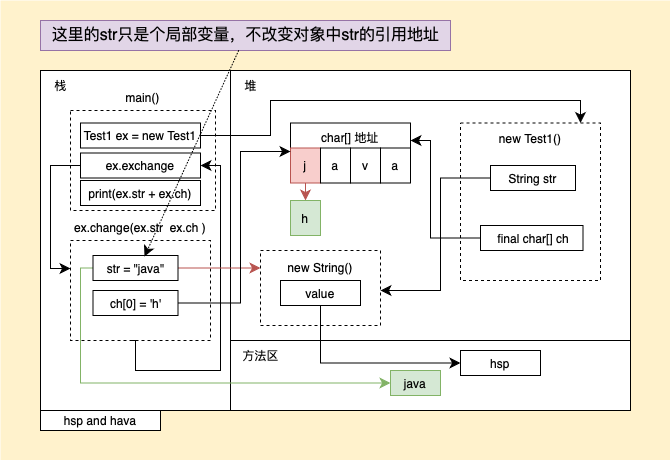
Before: drawio/StringExercise09.png, a diagram exported from draw.io (Stolorzs/Picgo). Source tidied: cells renumbered, new cells last; positions are measured from the earlier drawing's top-left corner, leaving out a move shared by most shapes. The source it was exported from:
```xml
<mxGraphModel>
  <root>
    <mxCell id="0" />
    <mxCell id="1" parent="0" />
    <mxCell id="2" style="rounded=0;whiteSpace=wrap;html=1;fillColor=#FFF2CC;strokeColor=none;" parent="1" vertex="1">
      <mxGeometry width="670" height="460" as="geometry" />
    </mxCell>
    <mxCell id="3" style="rounded=0;whiteSpace=wrap;html=1;labelBackgroundColor=none;" parent="1" vertex="1">
      <mxGeometry x="230" y="340" width="400" height="70" as="geometry" />
    </mxCell>
    <mxCell id="4" style="rounded=0;whiteSpace=wrap;html=1;labelBackgroundColor=none;" parent="1" vertex="1">
      <mxGeometry x="230" y="70" width="400" height="270" as="geometry" />
    </mxCell>
    <mxCell id="5" style="rounded=0;whiteSpace=wrap;html=1;labelBackgroundColor=none;" parent="1" vertex="1">
      <mxGeometry x="40" y="70" width="190" height="340" as="geometry" />
    </mxCell>
    <mxCell id="6" value="栈" style="text;html=1;align=center;verticalAlign=middle;strokeColor=none;fillColor=none;labelBackgroundColor=none;" parent="1" vertex="1">
      <mxGeometry x="40" y="70" width="40" height="30" as="geometry" />
    </mxCell>
    <mxCell id="7" value="堆" style="text;html=1;align=center;verticalAlign=middle;strokeColor=none;fillColor=none;labelBackgroundColor=none;" parent="1" vertex="1">
      <mxGeometry x="230" y="70" width="40" height="30" as="geometry" />
    </mxCell>
    <mxCell id="8" value="方法区" style="text;html=1;align=center;verticalAlign=middle;strokeColor=none;fillColor=none;labelBackgroundColor=none;" parent="1" vertex="1">
      <mxGeometry x="230" y="340" width="60" height="30" as="geometry" />
    </mxCell>
    <mxCell id="9" value="new String()&lt;div&gt;&lt;br&gt;&lt;/div&gt;&lt;div&gt;&lt;br&gt;&lt;/div&gt;&lt;div&gt;&lt;br&gt;&lt;/div&gt;" style="rounded=0;whiteSpace=wrap;html=1;dashed=1;" parent="1" vertex="1">
      <mxGeometry x="260" y="250" width="120" height="75" as="geometry" />
    </mxCell>
    <mxCell id="10" value="hsp" style="rounded=0;whiteSpace=wrap;html=1;" parent="1" vertex="1">
      <mxGeometry x="460" y="350" width="80" height="25" as="geometry" />
    </mxCell>
    <mxCell id="11" style="edgeStyle=orthogonalEdgeStyle;rounded=0;jettySize=auto;html=1;fontSize=12;startSize=8;endSize=8;" parent="1" edge="1" source="12" target="10">
      <mxGeometry relative="1" as="geometry">
        <Array as="points">
          <mxPoint x="320" y="360" />
          <mxPoint x="320" y="360" />
        </Array>
      </mxGeometry>
    </mxCell>
    <mxCell id="12" value="value" style="rounded=0;whiteSpace=wrap;html=1;" parent="1" vertex="1">
      <mxGeometry x="280" y="280" width="80" height="25" as="geometry" />
    </mxCell>
    <mxCell id="13" value="&lt;div&gt;&lt;br&gt;&lt;/div&gt;char[] 地址&lt;div&gt;&lt;br&gt;&lt;/div&gt;&lt;div&gt;&lt;br&gt;&lt;/div&gt;&lt;div&gt;&lt;br&gt;&lt;/div&gt;" style="rounded=0;whiteSpace=wrap;html=1;" parent="1" vertex="1">
      <mxGeometry x="290" y="122.5" width="120" height="57.5" as="geometry" />
    </mxCell>
    <mxCell id="14" value="new Test1()&lt;div&gt;&lt;div&gt;&lt;br&gt;&lt;/div&gt;&lt;div&gt;&lt;br&gt;&lt;/div&gt;&lt;div&gt;&lt;br&gt;&lt;/div&gt;&lt;/div&gt;&lt;div&gt;&lt;br&gt;&lt;/div&gt;&lt;div&gt;&lt;br&gt;&lt;/div&gt;&lt;div&gt;&lt;br&gt;&lt;/div&gt;&lt;div&gt;&lt;br&gt;&lt;/div&gt;&lt;div&gt;&lt;br&gt;&lt;/div&gt;&lt;div&gt;&lt;br&gt;&lt;/div&gt;" style="rounded=0;whiteSpace=wrap;html=1;dashed=1;" parent="1" vertex="1">
      <mxGeometry x="460" y="122.5" width="140" height="157.5" as="geometry" />
    </mxCell>
    <mxCell id="15" value="String str" style="rounded=0;whiteSpace=wrap;html=1;" parent="1" vertex="1">
      <mxGeometry x="490" y="165" width="85" height="25" as="geometry" />
    </mxCell>
    <mxCell id="16" style="edgeStyle=orthogonalEdgeStyle;rounded=0;jettySize=auto;html=1;fontSize=12;startSize=8;endSize=8;" parent="1" edge="1" source="15" target="9">
      <mxGeometry relative="1" as="geometry">
        <Array as="points">
          <mxPoint x="440" y="178" />
          <mxPoint x="440" y="290" />
        </Array>
      </mxGeometry>
    </mxCell>
    <mxCell id="17" value="&amp;nbsp;final char[] ch" style="rounded=0;whiteSpace=wrap;html=1;" parent="1" vertex="1">
      <mxGeometry x="480" y="225" width="102.5" height="25" as="geometry" />
    </mxCell>
    <mxCell id="18" style="edgeStyle=orthogonalEdgeStyle;rounded=0;jettySize=auto;html=1;fontSize=12;startSize=8;endSize=8;" parent="1" edge="1" source="17" target="13">
      <mxGeometry relative="1" as="geometry">
        <Array as="points">
          <mxPoint x="430" y="238" />
          <mxPoint x="430" y="140" />
        </Array>
      </mxGeometry>
    </mxCell>
    <mxCell id="19" value="java" style="rounded=0;whiteSpace=wrap;html=1;fillColor=#d5e8d4;strokeColor=#82b366;" parent="1" vertex="1">
      <mxGeometry x="390" y="370" width="50" height="25" as="geometry" />
    </mxCell>
    <mxCell id="20" value="hsp and hava" style="rounded=0;whiteSpace=wrap;html=1;" parent="1" vertex="1">
      <mxGeometry x="40" y="410" width="120" height="20" as="geometry" />
    </mxCell>
    <mxCell id="21" style="edgeStyle=none;curved=1;rounded=0;jettySize=auto;html=1;fontSize=12;startSize=8;endSize=8;fillColor=#f8cecc;strokeColor=#b85450;" parent="1" edge="1" source="22" target="36">
      <mxGeometry relative="1" as="geometry" />
    </mxCell>
    <mxCell id="22" value="j" style="rounded=0;whiteSpace=wrap;html=1;fillColor=#f8cecc;strokeColor=#b85450;" parent="1" vertex="1">
      <mxGeometry x="290" y="147.5" width="30" height="35" as="geometry" />
    </mxCell>
    <mxCell id="23" value="a" style="rounded=0;whiteSpace=wrap;html=1;" parent="1" vertex="1">
      <mxGeometry x="320" y="147.5" width="30" height="35" as="geometry" />
    </mxCell>
    <mxCell id="24" value="v" style="rounded=0;whiteSpace=wrap;html=1;" parent="1" vertex="1">
      <mxGeometry x="350" y="147.5" width="30" height="35" as="geometry" />
    </mxCell>
    <mxCell id="25" value="a" style="rounded=0;whiteSpace=wrap;html=1;" parent="1" vertex="1">
      <mxGeometry x="380" y="147.5" width="30" height="35" as="geometry" />
    </mxCell>
    <mxCell id="26" value="main()&lt;div&gt;&lt;br&gt;&lt;/div&gt;&lt;div&gt;&lt;br&gt;&lt;/div&gt;&lt;div&gt;&lt;br&gt;&lt;/div&gt;&lt;div&gt;&lt;br&gt;&lt;/div&gt;&lt;div&gt;&lt;br&gt;&lt;/div&gt;&lt;div&gt;&lt;br&gt;&lt;/div&gt;&lt;div&gt;&lt;br&gt;&lt;/div&gt;&lt;div&gt;&lt;br&gt;&lt;/div&gt;&lt;div&gt;&lt;br&gt;&lt;/div&gt;" style="rounded=0;whiteSpace=wrap;html=1;dashed=1;fillColor=none;" parent="1" vertex="1">
      <mxGeometry x="70" y="110" width="145" height="100" as="geometry" />
    </mxCell>
    <mxCell id="27" style="edgeStyle=orthogonalEdgeStyle;rounded=0;jettySize=auto;html=1;fontSize=12;startSize=8;endSize=8;" parent="1" edge="1" source="28" target="14">
      <mxGeometry relative="1" as="geometry">
        <Array as="points">
          <mxPoint x="270" y="135" />
          <mxPoint x="270" y="100" />
          <mxPoint x="580" y="100" />
        </Array>
      </mxGeometry>
    </mxCell>
    <mxCell id="28" value="Test1 ex = new Test1" style="rounded=0;whiteSpace=wrap;html=1;" parent="1" vertex="1">
      <mxGeometry x="80" y="122.5" width="120" height="25" as="geometry" />
    </mxCell>
    <mxCell id="29" style="edgeStyle=orthogonalEdgeStyle;rounded=0;jettySize=auto;html=1;entryX=0;entryY=0.5;entryDx=0;entryDy=0;fontSize=12;startSize=8;endSize=8;fillColor=#d5e8d4;strokeColor=#82b366;" parent="1" edge="1" source="33" target="19">
      <mxGeometry relative="1" as="geometry">
        <Array as="points">
          <mxPoint x="80" y="268" />
          <mxPoint x="80" y="383" />
        </Array>
      </mxGeometry>
    </mxCell>
    <mxCell id="30" style="edgeStyle=orthogonalEdgeStyle;rounded=0;jettySize=auto;html=1;fontSize=12;startSize=8;endSize=8;" parent="1" edge="1" target="38">
      <mxGeometry relative="1" as="geometry">
        <mxPoint x="130" y="340" as="sourcePoint" />
        <Array as="points">
          <mxPoint x="135" y="340" />
          <mxPoint x="135" y="370" />
          <mxPoint x="220" y="370" />
          <mxPoint x="220" y="165" />
        </Array>
      </mxGeometry>
    </mxCell>
    <mxCell id="31" value="ex.change(ex.str &amp;nbsp;ex.ch )&lt;div&gt;&lt;br&gt;&lt;/div&gt;&lt;div&gt;&lt;br&gt;&lt;div&gt;&lt;br&gt;&lt;/div&gt;&lt;div&gt;&lt;br&gt;&lt;/div&gt;&lt;div&gt;&lt;br&gt;&lt;/div&gt;&lt;div&gt;&lt;br&gt;&lt;/div&gt;&lt;div&gt;&lt;br&gt;&lt;/div&gt;&lt;div&gt;&lt;br&gt;&lt;/div&gt;&lt;div&gt;&lt;br&gt;&lt;/div&gt;&lt;/div&gt;" style="rounded=0;whiteSpace=wrap;html=1;dashed=1;fillColor=none;" parent="1" vertex="1">
      <mxGeometry x="70" y="240" width="140" height="100" as="geometry" />
    </mxCell>
    <mxCell id="32" style="edgeStyle=orthogonalEdgeStyle;rounded=0;jettySize=auto;html=1;fontSize=12;startSize=8;endSize=8;fillColor=#f8cecc;strokeColor=#b85450;" parent="1" edge="1" source="33" target="9">
      <mxGeometry relative="1" as="geometry">
        <Array as="points">
          <mxPoint x="280" y="268" />
          <mxPoint x="280" y="268" />
        </Array>
      </mxGeometry>
    </mxCell>
    <mxCell id="33" value="str = &quot;java&quot;" style="rounded=0;whiteSpace=wrap;html=1;" parent="1" vertex="1">
      <mxGeometry x="92.5" y="255" width="85" height="25" as="geometry" />
    </mxCell>
    <mxCell id="34" style="edgeStyle=orthogonalEdgeStyle;rounded=0;jettySize=auto;html=1;fontSize=12;startSize=8;endSize=8;" parent="1" edge="1" source="35" target="13">
      <mxGeometry relative="1" as="geometry">
        <Array as="points">
          <mxPoint x="240" y="303" />
          <mxPoint x="240" y="151" />
        </Array>
      </mxGeometry>
    </mxCell>
    <mxCell id="35" value="ch[0] = 'h'" style="rounded=0;whiteSpace=wrap;html=1;" parent="1" vertex="1">
      <mxGeometry x="92.5" y="290" width="85" height="25" as="geometry" />
    </mxCell>
    <mxCell id="36" value="h" style="rounded=0;whiteSpace=wrap;html=1;fillColor=#d5e8d4;strokeColor=#82b366;" parent="1" vertex="1">
      <mxGeometry x="290" y="200" width="30" height="35" as="geometry" />
    </mxCell>
    <mxCell id="37" style="edgeStyle=orthogonalEdgeStyle;rounded=0;jettySize=auto;html=1;fontSize=12;startSize=8;endSize=8;" parent="1" edge="1" source="38" target="31">
      <mxGeometry relative="1" as="geometry">
        <Array as="points">
          <mxPoint x="50" y="165" />
          <mxPoint x="50" y="268" />
        </Array>
      </mxGeometry>
    </mxCell>
    <mxCell id="38" value="ex.exchange" style="rounded=0;whiteSpace=wrap;html=1;" parent="1" vertex="1">
      <mxGeometry x="80" y="152.5" width="120" height="25" as="geometry" />
    </mxCell>
    <mxCell id="39" value="print(ex.str + ex.ch)" style="rounded=0;whiteSpace=wrap;html=1;" parent="1" vertex="1">
      <mxGeometry x="80" y="180" width="120" height="25" as="geometry" />
    </mxCell>
    <mxCell id="40" value="这里的str只是个局部变量，不改变对象中str的引用地址" style="text;html=1;align=center;verticalAlign=middle;points=[];fontSize=16;fillColor=#e1d5e7;strokeColor=#9673a6;" parent="1" vertex="1">
      <mxGeometry x="40" y="20" width="410" height="30" as="geometry" />
    </mxCell>
    <mxCell id="41" style="edgeStyle=none;curved=1;rounded=0;jettySize=auto;html=1;entryX=0.606;entryY=0.04;entryDx=0;entryDy=0;entryPerimeter=0;fontSize=12;startSize=8;endSize=8;dashed=1;dashPattern=1 2;" parent="1" edge="1" source="40" target="33">
      <mxGeometry relative="1" as="geometry" />
    </mxCell>
  </root>
</mxGraphModel>
```
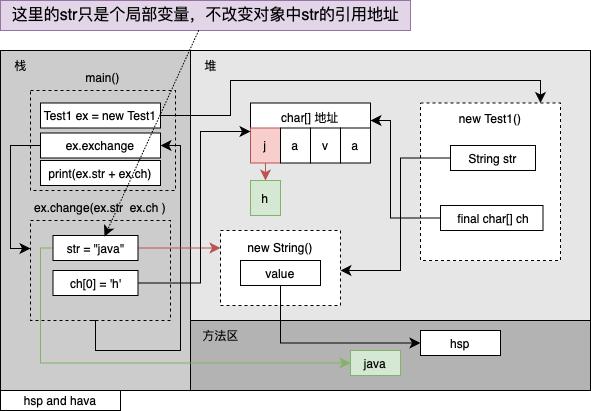
After the commit.

Change to the diagram source:
```diff
@@ -2,16 +2,13 @@
   <root>
     <mxCell id="0" />
     <mxCell id="1" parent="0" />
-    <mxCell id="2" style="rounded=0;whiteSpace=wrap;html=1;fillColor=#FFF2CC;strokeColor=none;" parent="1" vertex="1">
-      <mxGeometry width="670" height="460" as="geometry" />
-    </mxCell>
-    <mxCell id="3" style="rounded=0;whiteSpace=wrap;html=1;labelBackgroundColor=none;" parent="1" vertex="1">
+    <mxCell id="3" style="rounded=0;whiteSpace=wrap;html=1;labelBackgroundColor=none;fillColor=#B3B3B3;" parent="1" vertex="1">
       <mxGeometry x="230" y="340" width="400" height="70" as="geometry" />
     </mxCell>
-    <mxCell id="4" style="rounded=0;whiteSpace=wrap;html=1;labelBackgroundColor=none;" parent="1" vertex="1">
+    <mxCell id="4" style="rounded=0;whiteSpace=wrap;html=1;labelBackgroundColor=none;fillColor=#E6E6E6;" parent="1" vertex="1">
       <mxGeometry x="230" y="70" width="400" height="270" as="geometry" />
     </mxCell>
-    <mxCell id="5" style="rounded=0;whiteSpace=wrap;html=1;labelBackgroundColor=none;" parent="1" vertex="1">
+    <mxCell id="5" style="rounded=0;whiteSpace=wrap;html=1;labelBackgroundColor=none;fillColor=#CCCCCC;" parent="1" vertex="1">
       <mxGeometry x="40" y="70" width="190" height="340" as="geometry" />
     </mxCell>
     <mxCell id="6" value="栈" style="text;html=1;align=center;verticalAlign=middle;strokeColor=none;fillColor=none;labelBackgroundColor=none;" parent="1" vertex="1">
```
